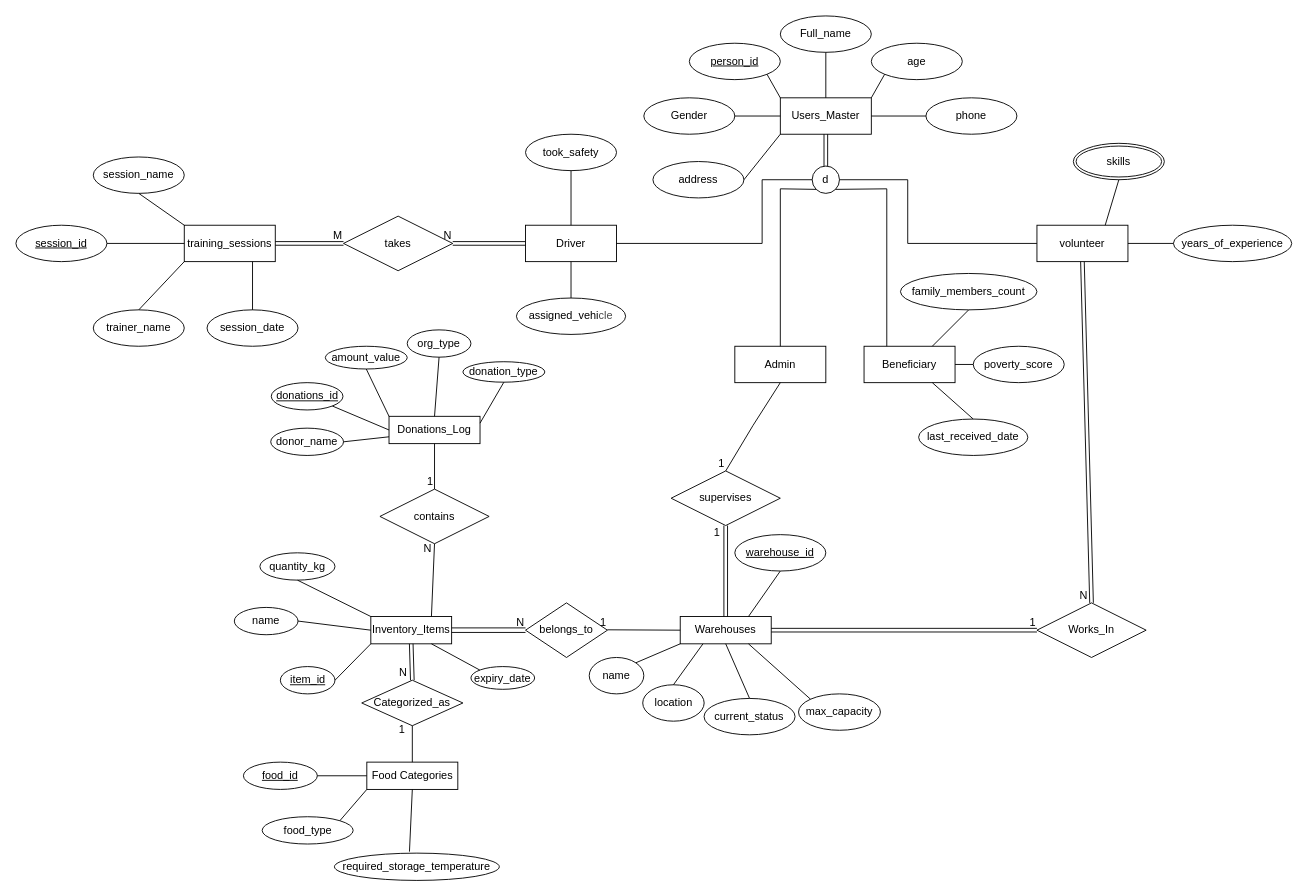
The draw.io diagram ER Diagram.drawio in OmarCoder9/Ramadan-Distributions, before the edit. Source tidied: cells renumbered, new cells numbered last; positions are measured from the earlier drawing's top-left corner, leaving out a move shared by most shapes. Both pictures are drawn from the tidied source at 91%, with x=0, y=0 at pixel (15, 15).
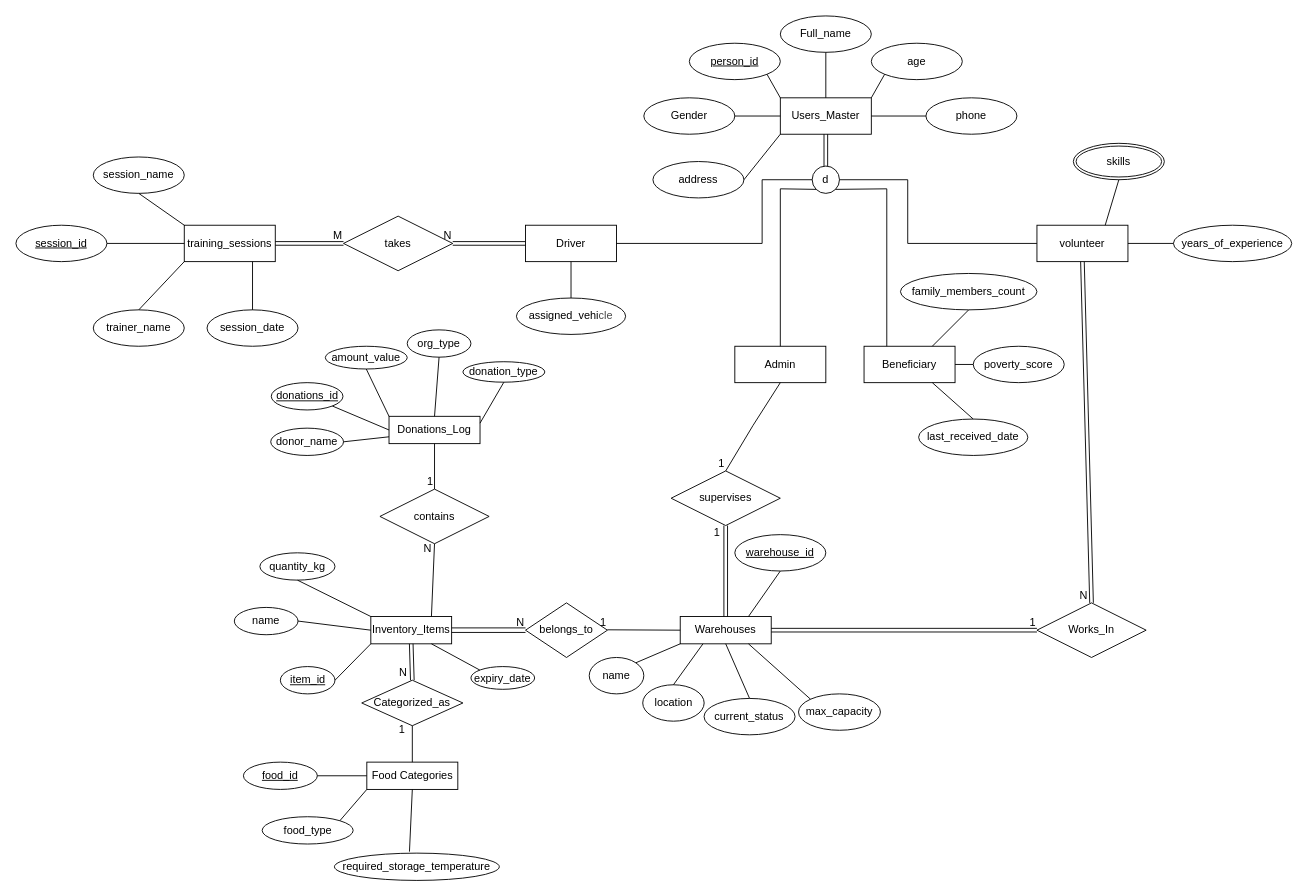
The same diagram, later.

Commit message (it also covers changes not shown here):
Add ER diagram updates and create SQL schema for Ramadan distributions

- Updated ER Diagram to reflect changes in user roles and relationships.
- Created SQL script to establish the database structure for Ramadan distributions, including tables for training sessions, users, drivers, admins, beneficiaries, and volunteers.
- Implemented foreign key constraints to maintain data integrity across related tables.
- Added triggers to enforce business rules for driver training and beneficiary distribution timelines.

The change refers to these unchanged cells:
```xml
<mxCell id="30" value="Driver" style="whiteSpace=wrap;html=1;align=center;" parent="1" vertex="1">
  <mxGeometry x="560" y="230" width="100" height="40" as="geometry" />
</mxCell>
```

The edit, as a diff of the source:
```diff
@@
-    <mxCell id="49" style="endArrow=none;html=1;rounded=0;exitX=0.5;exitY=0;exitDx=0;exitDy=0;entryX=0.5;entryY=1;entryDx=0;entryDy=0;" parent="1" edge="1" source="30" target="115">
-      <mxGeometry relative="1" as="geometry" />
-    </mxCell>
@@
-    <mxCell id="115" value="took_safety" style="ellipse;whiteSpace=wrap;html=1;align=center;" parent="1" vertex="1">
-      <mxGeometry x="560" y="130" width="100" height="40" as="geometry" />
-    </mxCell>
```
